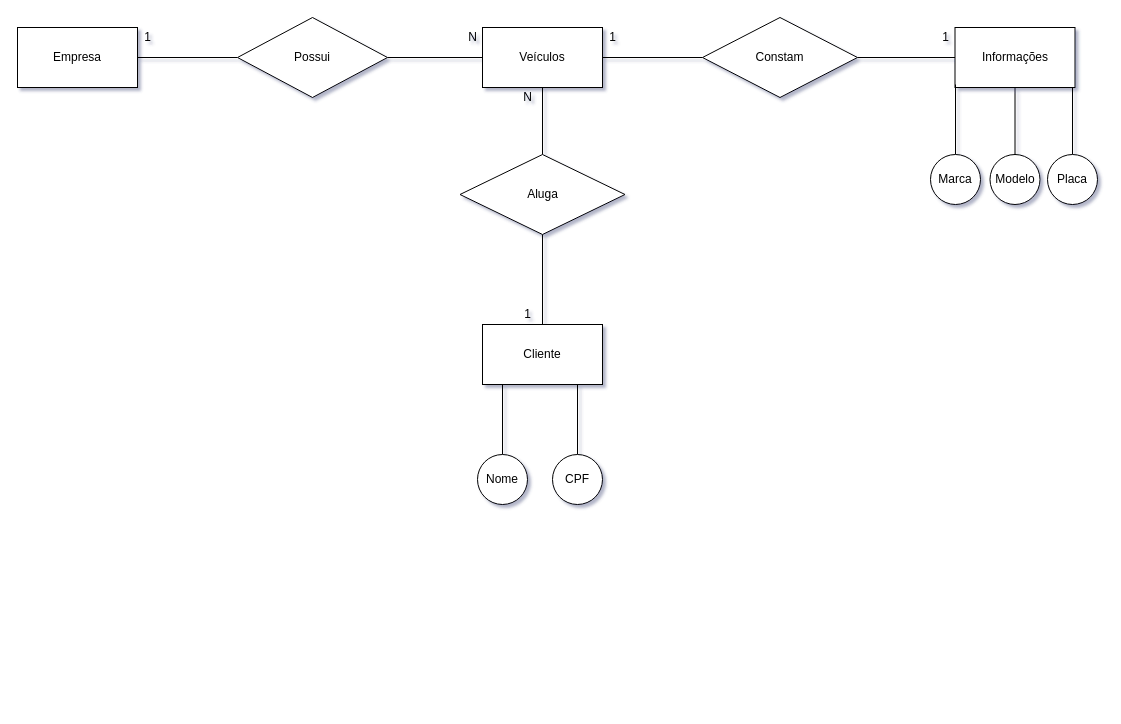
The draw.io diagram page "Conceitual" (1 of 2) of 2021-1S-2D/sprint-1-bd/exercicios/1.2-exercicio-locadora/1.2-exercicio-locadora.drawio in sjvinicius/_SENAI_2S_DevSys_Atividades_DB, before the edit. Source tidied: cells renumbered, new cells numbered last; positions are measured from the earlier drawing's top-left corner, leaving out a move shared by most shapes. Both pictures are drawn from the tidied source at 100%, with x=0, y=0 at pixel (17, 17).
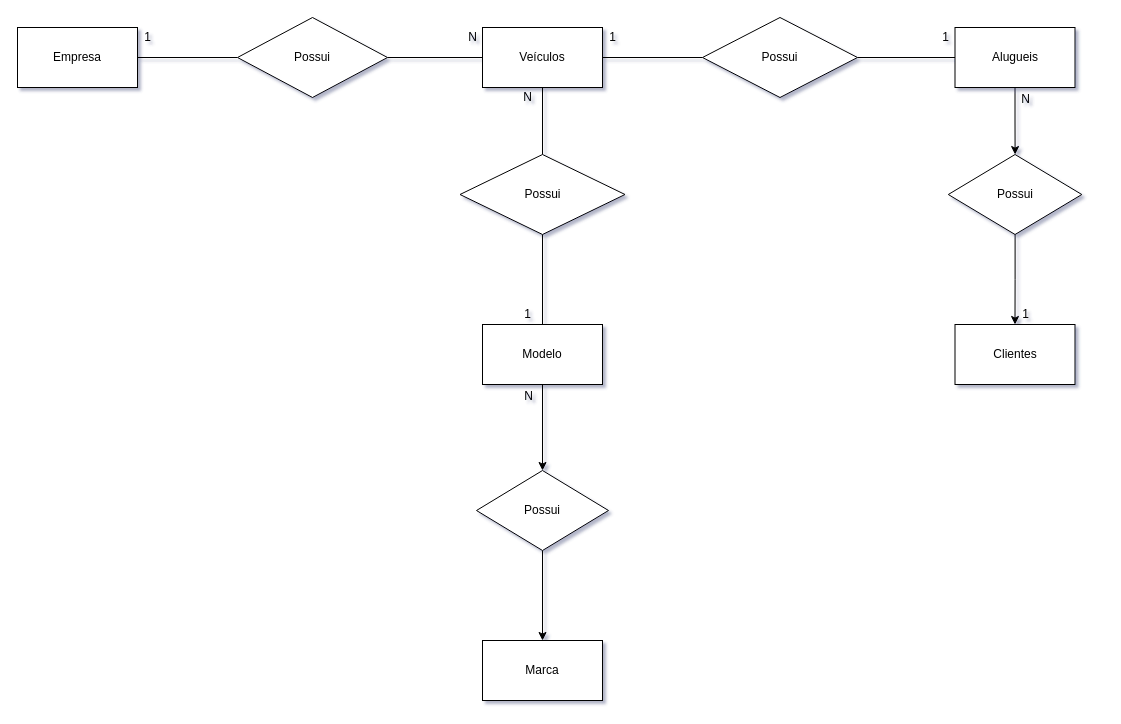
The same page after the edit.

Diff of the diagram source:
```diff
@@
-    <mxCell id="12" value="Constam" style="rhombus;whiteSpace=wrap;html=1;rounded=0;" parent="1" vertex="1">
+    <mxCell id="12" value="Possui" style="rhombus;whiteSpace=wrap;html=1;rounded=0;" parent="1" vertex="1">
       <mxGeometry x="685" width="155" height="80" as="geometry" />
     </mxCell>
+    <mxCell id="31" style="edgeStyle=orthogonalEdgeStyle;rounded=0;jettySize=auto;html=1;" parent="1" edge="1" source="13" target="34">
+      <mxGeometry relative="1" as="geometry" />
+    </mxCell>
-    <mxCell id="13" value="Informações" style="whiteSpace=wrap;html=1;rounded=0;" parent="1" vertex="1">
+    <mxCell id="13" value="Alugueis" style="whiteSpace=wrap;html=1;rounded=0;" parent="1" vertex="1">
       <mxGeometry x="937.5" y="10" width="120" height="60" as="geometry" />
     </mxCell>
-    <mxCell id="14" style="rounded=0;jettySize=auto;html=1;exitX=0.5;exitY=0;exitDx=0;exitDy=0;entryX=0.5;entryY=1;entryDx=0;entryDy=0;endArrow=none;endFill=0;" parent="1" edge="1" source="15">
-      <mxGeometry relative="1" as="geometry">
-        <mxPoint x="938" y="67" as="targetPoint" />
-      </mxGeometry>
-    </mxCell>
-    <mxCell id="15" value="Marca" style="ellipse;whiteSpace=wrap;html=1;" parent="1" vertex="1">
-      <mxGeometry x="913" y="137" width="50" height="50" as="geometry" />
-    </mxCell>
-    <mxCell id="16" style="rounded=0;jettySize=auto;html=1;exitX=0.5;exitY=0;exitDx=0;exitDy=0;entryX=0.5;entryY=1;entryDx=0;entryDy=0;endArrow=none;endFill=0;" parent="1" edge="1" source="17">
-      <mxGeometry relative="1" as="geometry">
-        <mxPoint x="997.5" y="70" as="targetPoint" />
-      </mxGeometry>
-    </mxCell>
-    <mxCell id="17" value="Modelo" style="ellipse;whiteSpace=wrap;html=1;" parent="1" vertex="1">
-      <mxGeometry x="972.5" y="137" width="50" height="50" as="geometry" />
-    </mxCell>
-    <mxCell id="18" style="rounded=0;jettySize=auto;html=1;exitX=0.5;exitY=0;exitDx=0;exitDy=0;entryX=0.5;entryY=1;entryDx=0;entryDy=0;endArrow=none;endFill=0;" parent="1" edge="1" source="19">
-      <mxGeometry relative="1" as="geometry">
-        <mxPoint x="1055" y="70" as="targetPoint" />
-      </mxGeometry>
-    </mxCell>
-    <mxCell id="19" value="Placa" style="ellipse;whiteSpace=wrap;html=1;" parent="1" vertex="1">
-      <mxGeometry x="1030" y="137" width="50" height="50" as="geometry" />
-    </mxCell>
@@
-    <mxCell id="23" value="Aluga" style="rhombus;whiteSpace=wrap;html=1;rounded=0;" parent="1" vertex="1">
+    <mxCell id="23" value="Possui" style="rhombus;whiteSpace=wrap;html=1;rounded=0;" parent="1" vertex="1">
       <mxGeometry x="442.5" y="137" width="165" height="80" as="geometry" />
     </mxCell>
+    <mxCell id="32" style="edgeStyle=orthogonalEdgeStyle;rounded=0;jettySize=auto;html=1;" parent="1" edge="1" source="24" target="36">
+      <mxGeometry relative="1" as="geometry" />
+    </mxCell>
-    <mxCell id="24" value="Cliente" style="whiteSpace=wrap;html=1;rounded=0;" parent="1" vertex="1">
+    <mxCell id="24" value="Modelo" style="whiteSpace=wrap;html=1;rounded=0;" parent="1" vertex="1">
       <mxGeometry x="465" y="307" width="120" height="60" as="geometry" />
     </mxCell>
-    <mxCell id="25" style="rounded=0;jettySize=auto;html=1;exitX=0.5;exitY=0;exitDx=0;exitDy=0;entryX=0.5;entryY=1;entryDx=0;entryDy=0;endArrow=none;endFill=0;" parent="1" edge="1" source="26">
-      <mxGeometry relative="1" as="geometry">
-        <mxPoint x="485" y="367" as="targetPoint" />
-      </mxGeometry>
-    </mxCell>
-    <mxCell id="26" value="Nome" style="ellipse;whiteSpace=wrap;html=1;" parent="1" vertex="1">
-      <mxGeometry x="460" y="437" width="50" height="50" as="geometry" />
-    </mxCell>
-    <mxCell id="27" style="rounded=0;jettySize=auto;html=1;exitX=0.5;exitY=0;exitDx=0;exitDy=0;entryX=0.5;entryY=1;entryDx=0;entryDy=0;endArrow=none;endFill=0;" parent="1" edge="1" source="28">
-      <mxGeometry relative="1" as="geometry">
-        <mxPoint x="560" y="367" as="targetPoint" />
-      </mxGeometry>
-    </mxCell>
-    <mxCell id="28" value="CPF" style="ellipse;whiteSpace=wrap;html=1;" parent="1" vertex="1">
-      <mxGeometry x="535" y="437" width="50" height="50" as="geometry" />
-    </mxCell>
@@
+    <mxCell id="33" style="edgeStyle=orthogonalEdgeStyle;rounded=0;jettySize=auto;html=1;" parent="1" edge="1" source="34" target="38">
+      <mxGeometry relative="1" as="geometry" />
+    </mxCell>
+    <mxCell id="34" value="Possui" style="rhombus;whiteSpace=wrap;html=1;rounded=0;" parent="1" vertex="1">
+      <mxGeometry x="930.8" y="137" width="133.5" height="80" as="geometry" />
+    </mxCell>
+    <mxCell id="35" style="edgeStyle=orthogonalEdgeStyle;rounded=0;jettySize=auto;html=1;" parent="1" edge="1" source="36" target="15">
+      <mxGeometry relative="1" as="geometry" />
+    </mxCell>
+    <mxCell id="36" value="Possui" style="rhombus;whiteSpace=wrap;html=1;rounded=0;" parent="1" vertex="1">
+      <mxGeometry x="459" y="453" width="132" height="80" as="geometry" />
+    </mxCell>
+    <mxCell id="37" value="N" style="text;html=1;align=center;verticalAlign=middle;" parent="1" vertex="1">
+      <mxGeometry x="501" y="370" width="19" height="17" as="geometry" />
+    </mxCell>
+    <mxCell id="15" value="Marca" style="whiteSpace=wrap;html=1;rounded=0;" parent="1" vertex="1">
+      <mxGeometry x="465" y="623" width="120" height="60" as="geometry" />
+    </mxCell>
+    <mxCell id="38" value="Clientes" style="whiteSpace=wrap;html=1;rounded=0;" parent="1" vertex="1">
+      <mxGeometry x="937.5" y="307" width="120" height="60" as="geometry" />
+    </mxCell>
+    <mxCell id="39" value="N" style="text;html=1;align=center;verticalAlign=middle;" parent="1" vertex="1">
+      <mxGeometry x="998" y="73" width="19" height="17" as="geometry" />
+    </mxCell>
+    <mxCell id="40" value="1" style="text;html=1;align=center;verticalAlign=middle;" parent="1" vertex="1">
+      <mxGeometry x="999" y="288.5" width="17" height="17" as="geometry" />
+    </mxCell>
```
